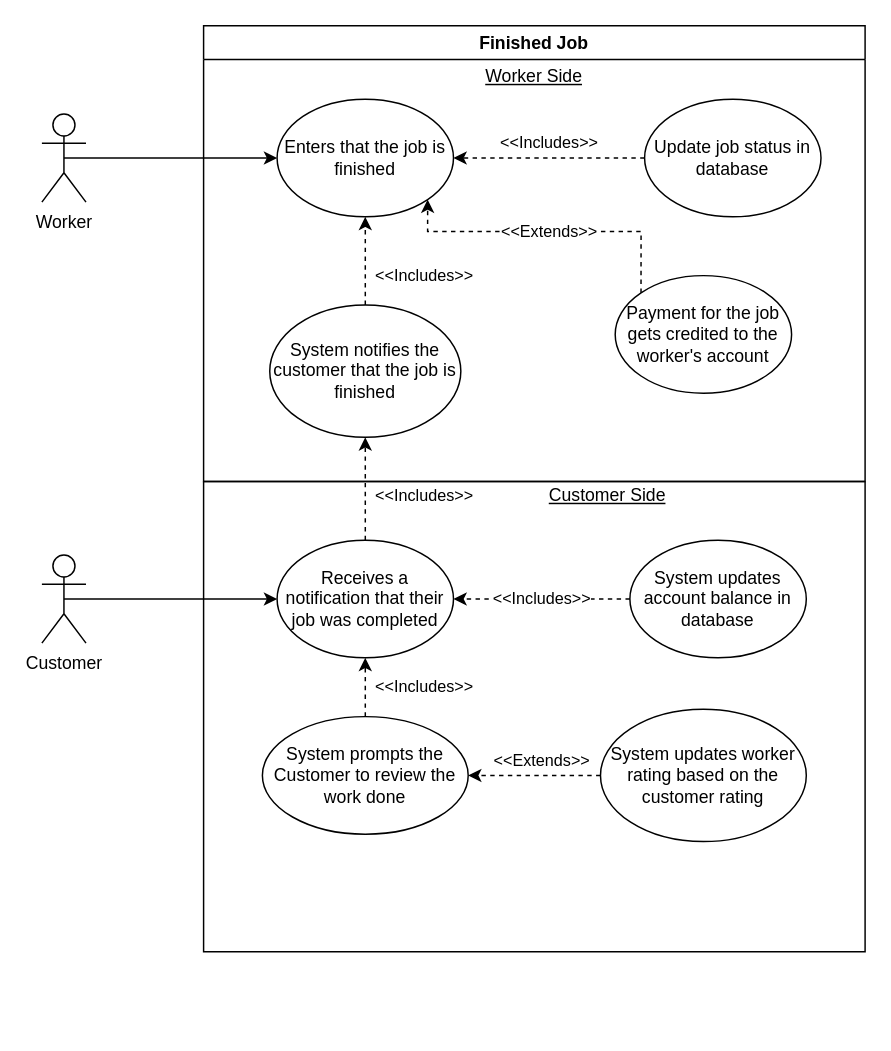
This is page "Finished job" (3 of 7) of Untitled Diagram.drawio from jdasnake81/cs3450-UseCaseDiagrams, a draw.io file, before an edit. Source tidied: cells renumbered, new cells numbered last; positions are measured from the earlier drawing's top-left corner, leaving out a move shared by most shapes. Both pictures are drawn from the tidied source at 147%, with x=0, y=0 at pixel (41, 25).
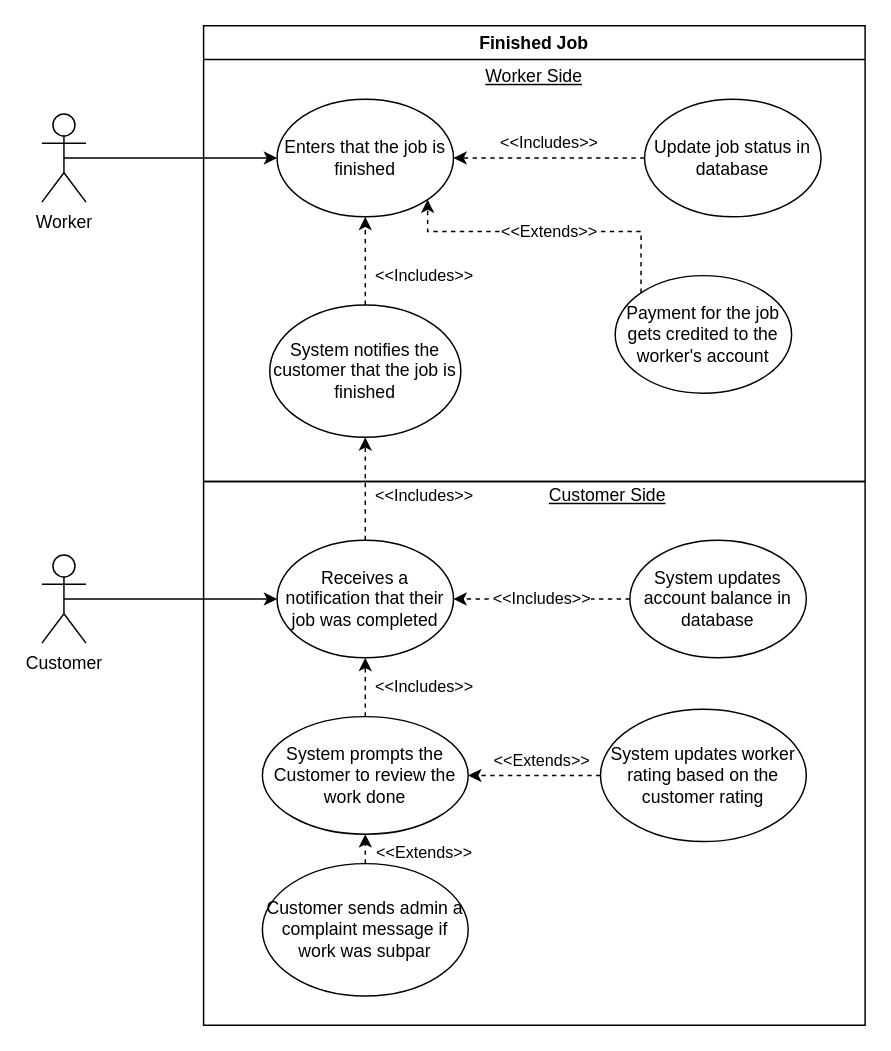
The same diagram, later.

Unchanged cells that the change refers to:
```xml
<mxCell id="16" value="System prompts the Customer to review the work done" style="ellipse;whiteSpace=wrap;html=1;" parent="1" vertex="1">
  <mxGeometry x="150" y="470" width="140" height="80" as="geometry" />
</mxCell>
```

What changed in the source:
```diff
@@
     <mxCell id="19" style="swimlane;startSize=0;" parent="1" vertex="1">
-      <mxGeometry x="110" y="310" width="450" height="320" as="geometry" />
+      <mxGeometry x="110" y="310" width="450" height="370" as="geometry" />
     </mxCell>
@@
+    <mxCell id="25" value="Customer sends admin a complaint message if work was subpar" style="ellipse;whiteSpace=wrap;html=1;" parent="19" vertex="1">
+      <mxGeometry x="40" y="260" width="140" height="90" as="geometry" />
+    </mxCell>
@@
+    <mxCell id="26" value="&amp;lt;&amp;lt;Extends&amp;gt;&amp;gt;" style="edgeStyle=orthogonalEdgeStyle;rounded=0;jettySize=auto;html=1;exitX=0.5;exitY=0;exitDx=0;exitDy=0;entryX=0.5;entryY=1;entryDx=0;entryDy=0;dashed=1;" parent="1" edge="1" source="25" target="16">
+      <mxGeometry x="-0.33" y="-40" relative="1" as="geometry" />
+    </mxCell>
```
